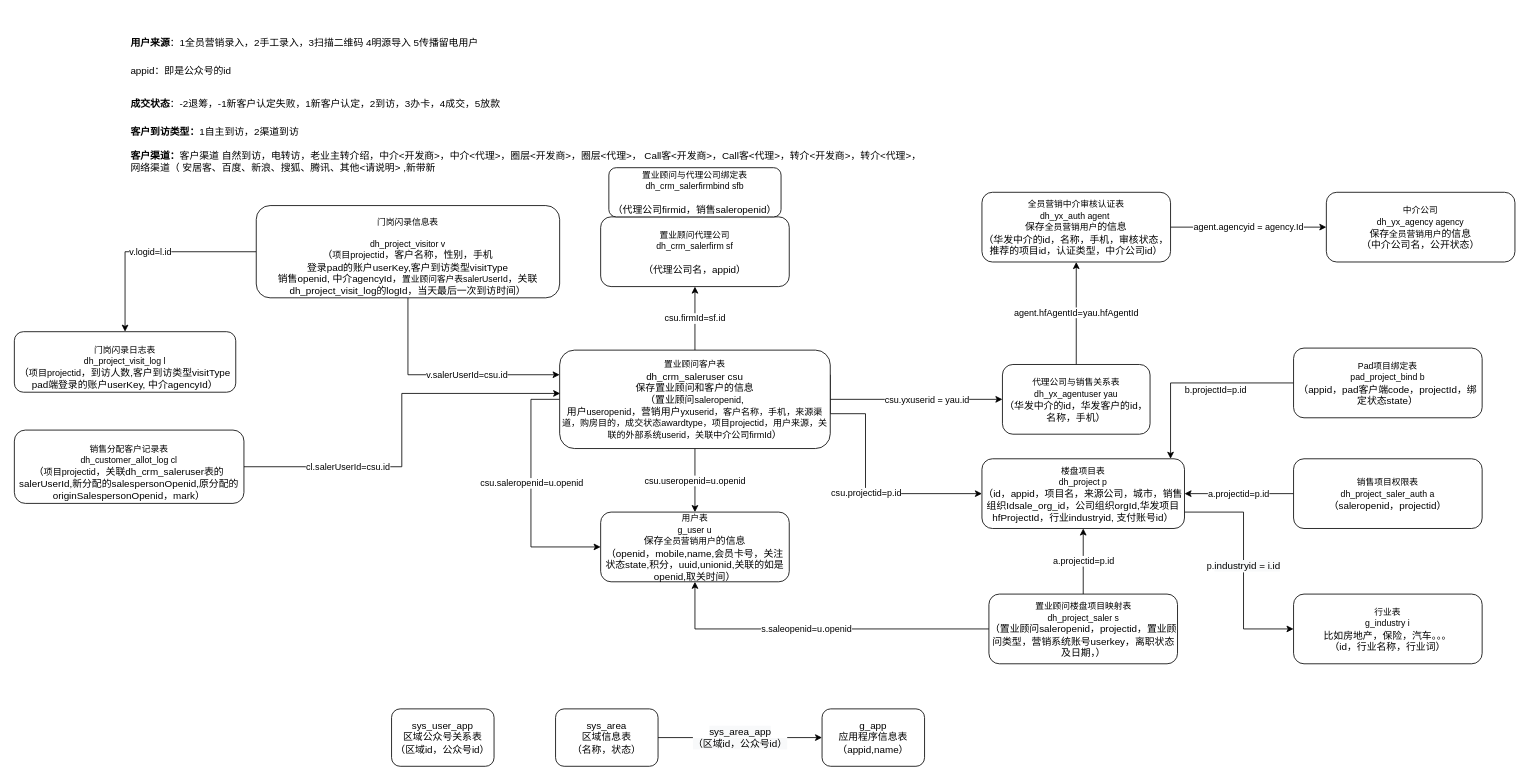
Above: page "第 1 页" (1 of 2) of 移动案场.drawio in juesuchen/diagrams (draw.io), before the change. Source tidied: cells renumbered, new cells numbered last; positions are measured from the earlier drawing's top-left corner, leaving out a move shared by most shapes. Both pictures are drawn from the tidied source at 82%, with x=0, y=0 at pixel (14, 20).
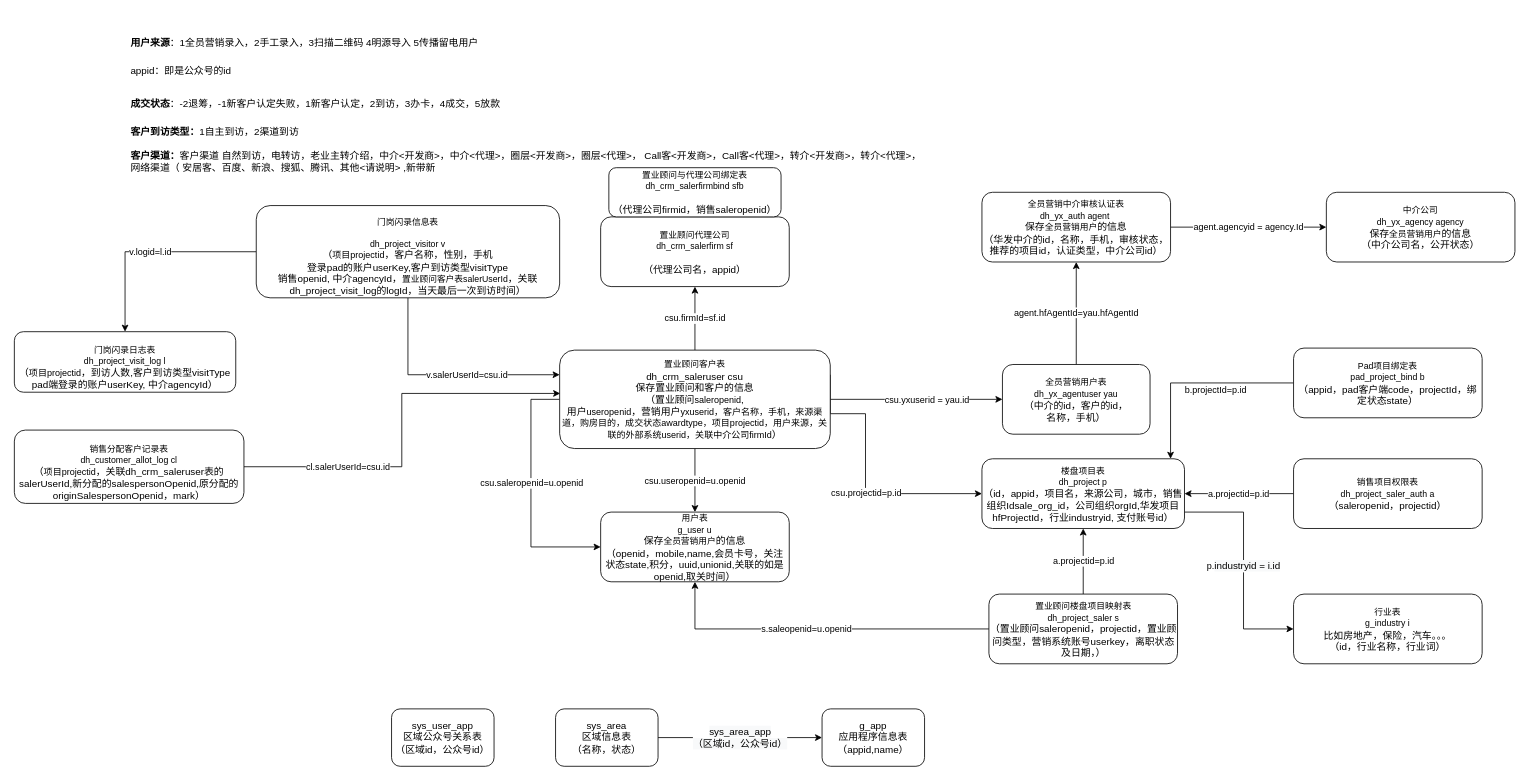
The same diagram, later.

Commit message:
更新移动案场.drawio

Diff of the diagram source:
```diff
@@
-    <mxCell id="12" value="&lt;span style=&quot;font-size: 8pt&quot;&gt;代理公司与销售关系表&lt;br&gt;&lt;/span&gt;&lt;span style=&quot;font-size: 8pt&quot;&gt;dh_yx_agentuser yau&lt;/span&gt;&lt;span style=&quot;font-size: 8pt&quot;&gt;&lt;br&gt;&lt;/span&gt;（华发中介的id，华发客户的id，&lt;br&gt;名称，手机）" style="rounded=1;whiteSpace=wrap;html=1;" parent="1" vertex="1">
+    <mxCell id="12" value="&lt;span style=&quot;font-size: 8pt&quot;&gt;全员营销用户表&lt;br&gt;&lt;/span&gt;&lt;span style=&quot;font-size: 8pt&quot;&gt;dh_yx_agentuser yau&lt;/span&gt;&lt;span style=&quot;font-size: 8pt&quot;&gt;&lt;br&gt;&lt;/span&gt;（中介的id，客户的id，&lt;br&gt;名称，手机）" style="rounded=1;whiteSpace=wrap;html=1;" parent="1" vertex="1">
       <mxGeometry x="1205" y="420" width="180" height="85" as="geometry" />
     </mxCell>
```
